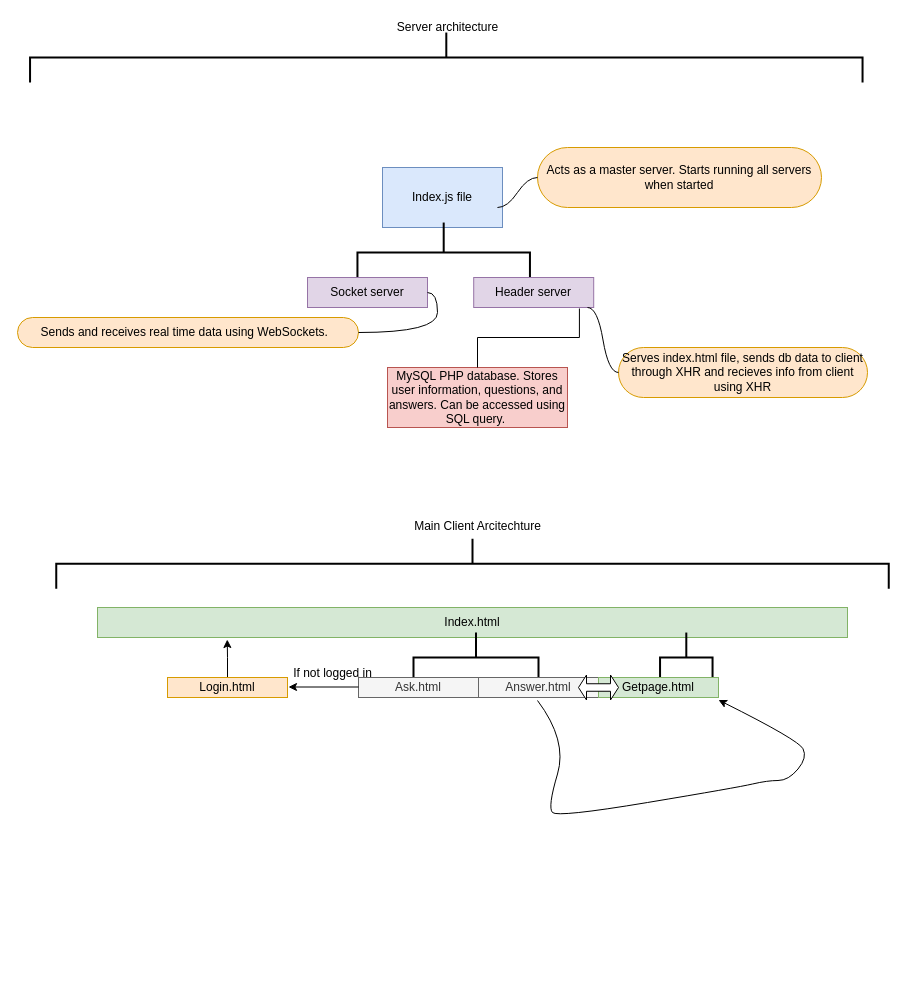
The draw.io diagram ISU Computer Science Flow Chart.drawio in mero789/schoolhelp, before the edit. Source tidied: cells renumbered, new cells numbered last; positions are measured from the earlier drawing's top-left corner, leaving out a move shared by most shapes. Both pictures are drawn from the tidied source at 100%, with x=0, y=0 at pixel (17, -359).
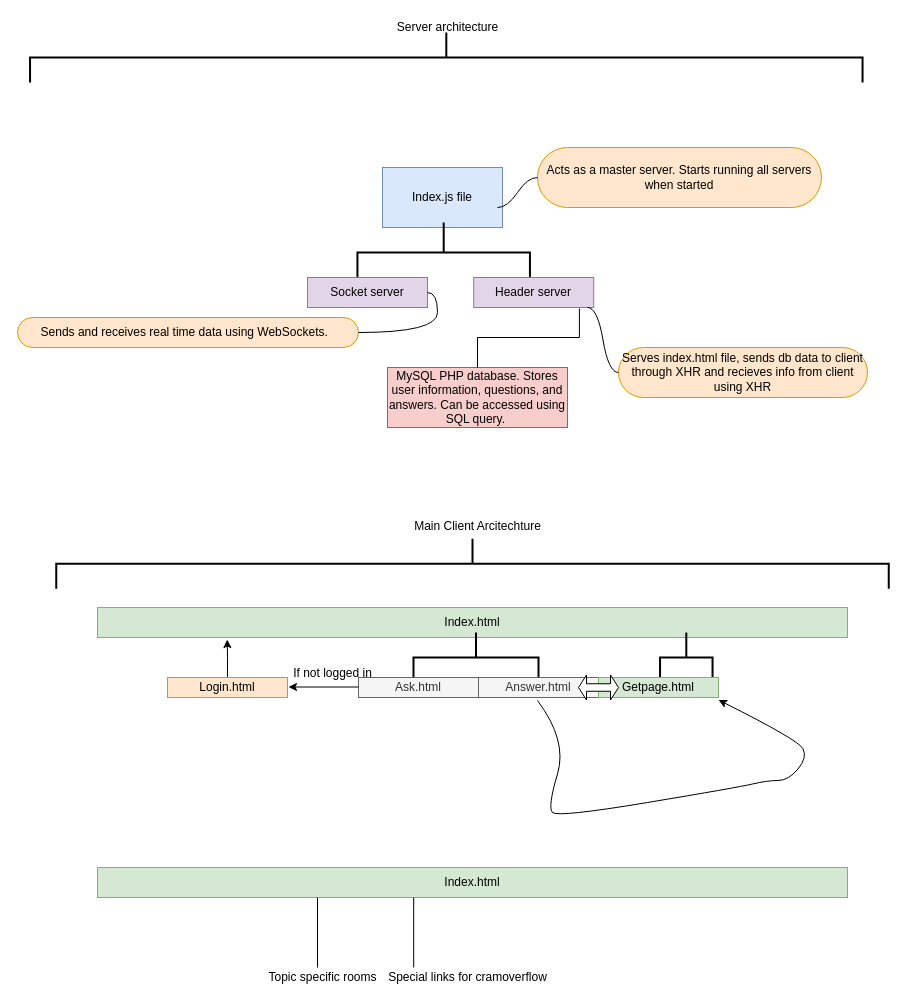
Above is the later version.

Diff of the diagram source:
```diff
@@
+    <mxCell id="30" value="Index.html" style="rounded=0;whiteSpace=wrap;html=1;fillColor=#d5e8d4;strokeColor=#82b366;" parent="1" vertex="1">
+      <mxGeometry x="80" y="1226" width="750" height="30" as="geometry" />
+    </mxCell>
+    <mxCell id="31" style="endArrow=none;html=1;" parent="1" edge="1">
+      <mxGeometry relative="1" as="geometry">
+        <mxPoint x="300" y="1326" as="sourcePoint" />
+        <mxPoint x="300" y="1256" as="targetPoint" />
+      </mxGeometry>
+    </mxCell>
+    <mxCell id="32" value="Topic specific rooms" style="text;html=1;align=center;verticalAlign=middle;" parent="1" vertex="1">
+      <mxGeometry x="245" y="1326" width="120" height="20" as="geometry" />
+    </mxCell>
+    <mxCell id="33" style="endArrow=none;html=1;" parent="1" edge="1">
+      <mxGeometry relative="1" as="geometry">
+        <mxPoint x="396.2" y="1326" as="sourcePoint" />
+        <mxPoint x="396.2" y="1256" as="targetPoint" />
+      </mxGeometry>
+    </mxCell>
+    <mxCell id="34" value="Special links for cramoverflow" style="text;html=1;align=center;verticalAlign=middle;" parent="1" vertex="1">
+      <mxGeometry x="365" y="1326" width="170" height="20" as="geometry" />
+    </mxCell>
```
